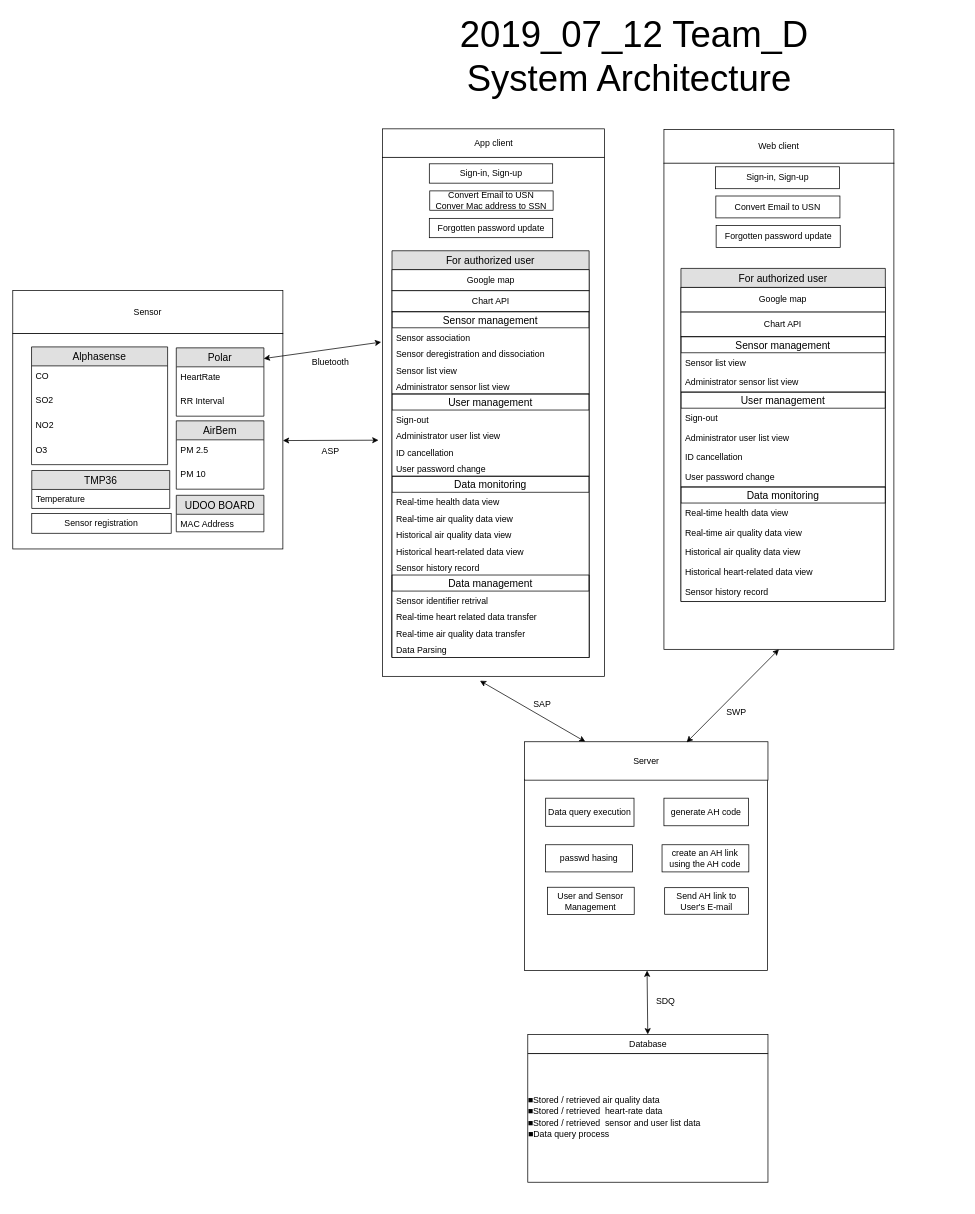
Before: system architecture.drawio in Eunkkk/QI_D_team, a draw.io diagram. Source tidied: cells renumbered, new cells numbered last; positions are measured from the earlier drawing's top-left corner, leaving out a move shared by most shapes. Both pictures are drawn from the tidied source at 73%, with x=0, y=0 at pixel (12, 16).
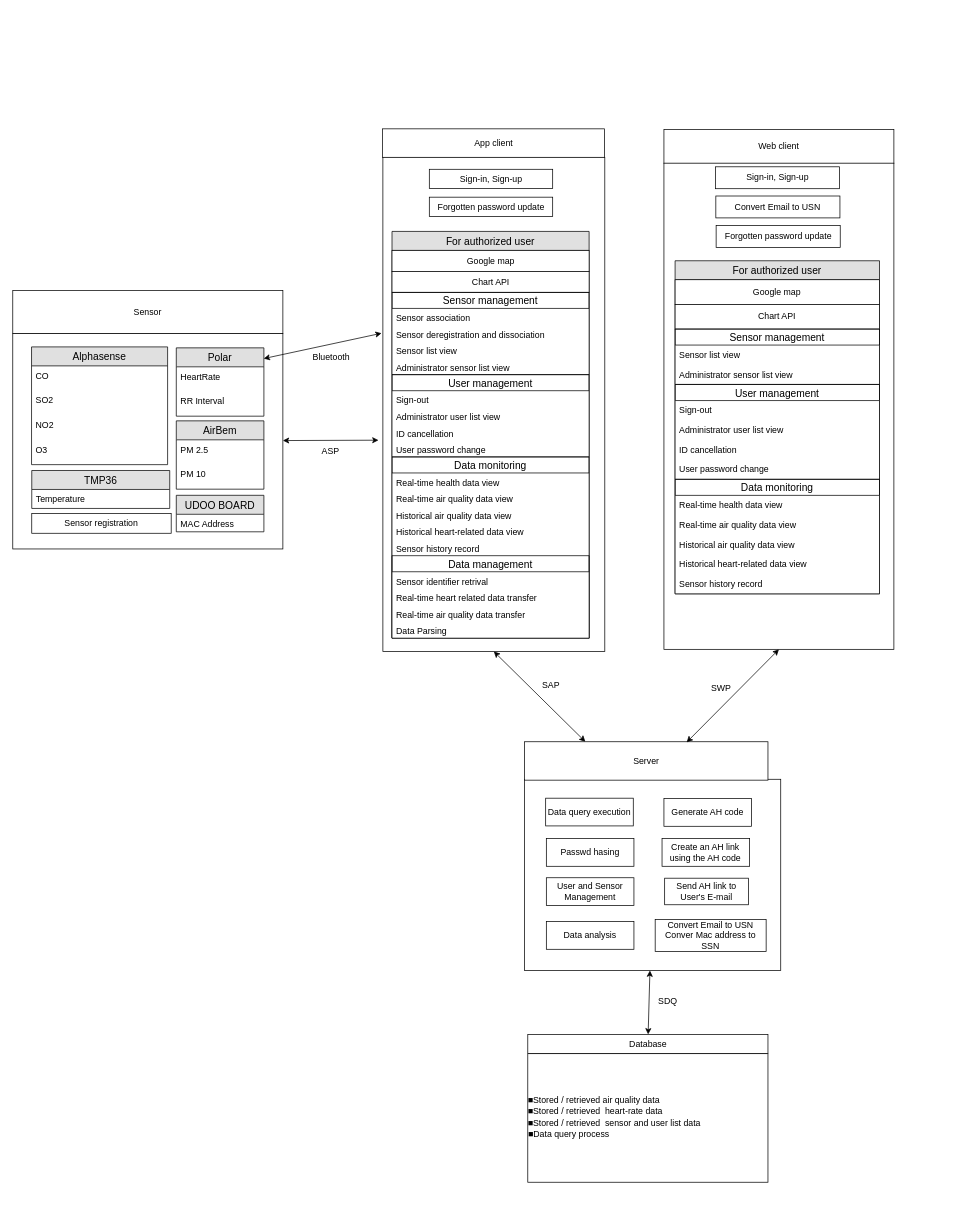
After the change.

Commit message (it also covers changes not shown here):
07-13-19 reference model, system architecture, sign-up sequence update

Unchanged cells that the change refers to:
```xml
<mxCell id="56" style="group;" parent="55" vertex="1">
  <mxGeometry width="350" height="747" as="geometry" />
</mxCell>
<mxCell id="93" value="Server" style="rounded=0;whiteSpace=wrap;html=1;" parent="1" vertex="1">
  <mxGeometry x="701" y="993.6" width="333.5" height="52.6" as="geometry" />
</mxCell>
<mxCell id="101" style="endArrow=classic;startArrow=classic;html=1;exitX=0.666;exitY=0.014;exitDx=0;exitDy=0;exitPerimeter=0;entryX=0.5;entryY=1;entryDx=0;entryDy=0;" parent="1" edge="1" source="93" target="58">
  <mxGeometry relative="1" as="geometry" />
</mxCell>
```

The edit, as a diff of the source:
```diff
@@
     <mxCell id="22" style="group;" parent="1" vertex="1">
-      <mxGeometry x="442" y="154" width="340" height="826" as="geometry" />
+      <mxGeometry x="442" y="154" width="369" height="826" as="geometry" />
     </mxCell>
     <mxCell id="23" style="group;" parent="22" vertex="1">
-      <mxGeometry width="338" height="822.3" as="geometry" />
+      <mxGeometry width="369" height="822.3" as="geometry" />
     </mxCell>
@@
     <mxCell id="25" style="rounded=0;whiteSpace=wrap;html=1;" parent="23" vertex="1">
-      <mxGeometry x="64.5" y="39" width="304" height="711" as="geometry" />
+      <mxGeometry x="65" y="39" width="304" height="677" as="geometry" />
     </mxCell>
     <mxCell id="26" value="For authorized user" style="swimlane;fontStyle=0;horizontal=1;startSize=26;fillColor=#e0e0e0;swimlaneFillColor=#ffffff;align=center;fontSize=14;" parent="23" vertex="1">
-      <mxGeometry x="77.5" y="167" width="270" height="557.2" as="geometry" />
+      <mxGeometry x="77.5" y="140.5" width="270" height="557.2" as="geometry" />
     </mxCell>
@@
     <mxCell id="50" value="Sign-in, Sign-up" style="rounded=0;whiteSpace=wrap;html=1;" parent="23" vertex="1">
-      <mxGeometry x="128.6" y="47.9" width="169" height="26.5" as="geometry" />
+      <mxGeometry x="128.6" y="55.4" width="169" height="26.5" as="geometry" />
     </mxCell>
     <mxCell id="51" value="&lt;span&gt;Forgotten password update&lt;/span&gt;" style="rounded=0;whiteSpace=wrap;html=1;" parent="23" vertex="1">
-      <mxGeometry x="128.6" y="122.6" width="169" height="26.5" as="geometry" />
+      <mxGeometry x="128.6" y="93.6" width="169" height="26.5" as="geometry" />
     </mxCell>
-    <mxCell id="52" value="Convert Email to USN&lt;br&gt;Conver Mac address to SSN" style="rounded=0;whiteSpace=wrap;html=1;" parent="23" vertex="1">
-      <mxGeometry x="129.2" y="85" width="169" height="26.5" as="geometry" />
-    </mxCell>
@@
     <mxCell id="59" value="For authorized user" style="swimlane;fontStyle=0;horizontal=1;startSize=26;fillColor=#e0e0e0;swimlaneFillColor=#ffffff;align=center;fontSize=14;" parent="56" vertex="1">
-      <mxGeometry x="-34.7" y="198.2" width="280" height="456.2" as="geometry" />
+      <mxGeometry x="-42.7" y="187.7" width="280" height="456.2" as="geometry" />
     </mxCell>
@@
-    <mxCell id="79" style="endArrow=classic;startArrow=classic;html=1;exitX=0.25;exitY=0;exitDx=0;exitDy=0;" parent="1" edge="1" source="93">
-      <mxGeometry relative="1" as="geometry">
-        <mxPoint x="640" y="910" as="targetPoint" />
-      </mxGeometry>
+    <mxCell id="79" style="endArrow=classic;startArrow=classic;html=1;exitX=0.25;exitY=0;exitDx=0;exitDy=0;entryX=0.5;entryY=1;entryDx=0;entryDy=0;" parent="1" edge="1" source="93" target="25">
+      <mxGeometry relative="1" as="geometry" />
     </mxCell>
@@
-    <mxCell id="81" value="2019_07_12 Team_D&lt;br style=&quot;font-size: 50px&quot;&gt;System Architecture&amp;nbsp;" style="text;html=1;strokeColor=none;fillColor=none;align=center;verticalAlign=middle;whiteSpace=wrap;rounded=0;fontSize=50;" parent="1" vertex="1">
-      <mxGeometry x="600.5" width="501" height="110" as="geometry" />
-    </mxCell>
@@
     <mxCell id="86" style="rounded=0;whiteSpace=wrap;html=1;fillColor=none;" parent="1" vertex="1">
-      <mxGeometry x="701" y="1045" width="333" height="262" as="geometry" />
+      <mxGeometry x="701" y="1045" width="351" height="262" as="geometry" />
     </mxCell>
-    <mxCell id="87" value="passwd hasing" style="rounded=0;whiteSpace=wrap;html=1;" parent="86" vertex="1">
-      <mxGeometry x="28.9" y="89.7" width="118.9" height="37.2" as="geometry" />
+    <mxCell id="87" value="Passwd hasing" style="rounded=0;whiteSpace=wrap;html=1;" parent="86" vertex="1">
+      <mxGeometry x="29.9" y="81.2" width="120" height="38" as="geometry" />
     </mxCell>
     <mxCell id="88" value="Data query execution" style="rounded=0;whiteSpace=wrap;html=1;" parent="86" vertex="1">
-      <mxGeometry x="29" y="25.9" width="121" height="38.5" as="geometry" />
+      <mxGeometry x="29" y="25.9" width="120" height="38" as="geometry" />
     </mxCell>
-    <mxCell id="89" value="generate AH code" style="rounded=0;whiteSpace=wrap;html=1;" parent="86" vertex="1">
-      <mxGeometry x="191" y="25.9" width="116" height="37.8" as="geometry" />
+    <mxCell id="89" value="Generate AH code" style="rounded=0;whiteSpace=wrap;html=1;" parent="86" vertex="1">
+      <mxGeometry x="191" y="26.4" width="120" height="38" as="geometry" />
     </mxCell>
     <mxCell id="90" value="Send AH link to User's E-mail" style="rounded=0;whiteSpace=wrap;html=1;" parent="86" vertex="1">
-      <mxGeometry x="192" y="148.5" width="115" height="36.4" as="geometry" />
+      <mxGeometry x="192" y="135.5" width="115" height="36.4" as="geometry" />
     </mxCell>
-    <mxCell id="91" value="create an AH link using the AH code" style="rounded=0;whiteSpace=wrap;html=1;" parent="86" vertex="1">
-      <mxGeometry x="188.4" y="89.7" width="118.9" height="37.2" as="geometry" />
+    <mxCell id="91" value="Create an AH link using the AH code" style="rounded=0;whiteSpace=wrap;html=1;" parent="86" vertex="1">
+      <mxGeometry x="188.4" y="81.2" width="120" height="38" as="geometry" />
     </mxCell>
     <mxCell id="92" value="User and Sensor Management" style="rounded=0;whiteSpace=wrap;html=1;" parent="86" vertex="1">
-      <mxGeometry x="31.4" y="147.9" width="118.9" height="37.2" as="geometry" />
+      <mxGeometry x="29.9" y="134.9" width="120" height="38" as="geometry" />
     </mxCell>
+    <mxCell id="103" value="Data analysis" style="rounded=0;whiteSpace=wrap;html=1;" parent="86" vertex="1">
+      <mxGeometry x="29.9" y="194.9" width="120" height="38" as="geometry" />
+    </mxCell>
+    <mxCell id="52" value="Convert Email to USN&lt;br&gt;Conver Mac address to SSN" style="rounded=0;whiteSpace=wrap;html=1;" parent="86" vertex="1">
+      <mxGeometry x="179" y="192" width="152" height="44" as="geometry" />
+    </mxCell>
@@
     <mxCell id="102" value="SWP" style="text;html=1;align=center;verticalAlign=middle;labelBackgroundColor=#ffffff;" parent="101" vertex="1">
       <mxGeometry x="0.07" y="-1" relative="1" as="geometry">
-        <mxPoint x="-0.5" y="27" as="offset" />
+        <mxPoint x="-21.5" y="-7" as="offset" />
       </mxGeometry>
     </mxCell>
```
